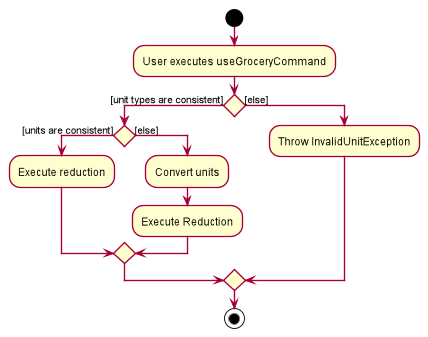
Above: docs/images/UseGroceryActivityDiagram.png in nus-cs2103-AY1920S1/addressbook-level3 (PlantUML), before the change. Its source is kept beside it as docs/diagrams/UseGroceryActivityDiagram.puml.
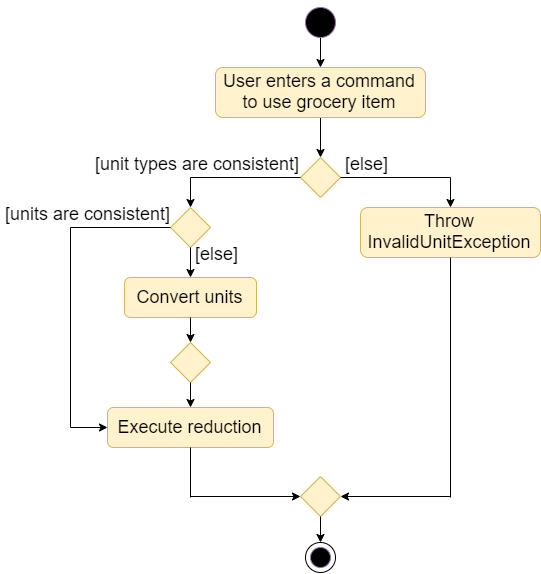
The same file after the commit.

Commit message:
Update sequence diagram DG

Diff of the diagram source:
```diff
@@ -7,11 +7,10 @@
 
 if () then ([unit types are consistent])
     if () then ([units are consistent])
-        :Execute reduction;
     else([else])
         :Convert units;
+    endif
         :Execute Reduction;
-    endif
 else([else])
     :Throw InvalidUnitException;
 endif
```
